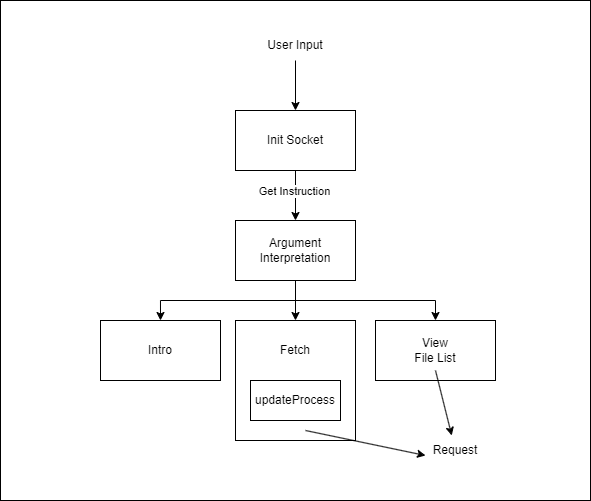
This is static/client.png from DopamineNone/ezTransferer, a draw.io export, as it was before one commit. Source tidied: cells renumbered, new cells last; positions are measured from the earlier drawing's top-left corner, leaving out a move shared by most shapes.
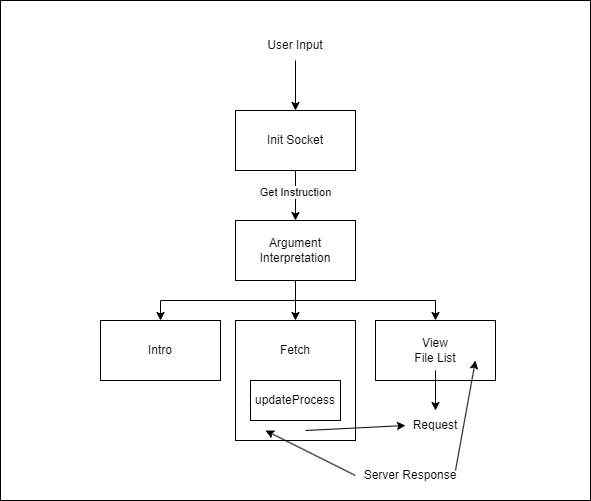
Above is the later version.

The edit, as a diff of the source:
```diff
@@ -49,17 +49,27 @@
     <mxCell id="16" value="Fetch" style="text;html=1;align=center;verticalAlign=middle;whiteSpace=wrap;rounded=0;" parent="1" vertex="1">
       <mxGeometry x="265" y="335" width="60" height="30" as="geometry" />
     </mxCell>
-    <mxCell id="17" style="endArrow=classic;html=1;rounded=0;exitX=0.5;exitY=1;exitDx=0;exitDy=0;" parent="1" edge="1">
+    <mxCell id="17" style="endArrow=classic;html=1;rounded=0;exitX=0.5;exitY=1;exitDx=0;exitDy=0;entryX=0;entryY=0.5;entryDx=0;entryDy=0;" parent="1" edge="1" target="19">
       <mxGeometry relative="1" as="geometry">
         <mxPoint x="305" y="430" as="sourcePoint" />
-        <mxPoint x="425" y="455" as="targetPoint" />
       </mxGeometry>
     </mxCell>
     <mxCell id="18" style="endArrow=classic;html=1;rounded=0;exitX=0.5;exitY=0.833;exitDx=0;exitDy=0;exitPerimeter=0;" parent="1" edge="1" source="14" target="19">
       <mxGeometry relative="1" as="geometry" />
     </mxCell>
     <mxCell id="19" value="Request" style="text;html=1;align=center;verticalAlign=middle;whiteSpace=wrap;rounded=0;" parent="1" vertex="1">
-      <mxGeometry x="425" y="435" width="60" height="30" as="geometry" />
+      <mxGeometry x="405" y="410" width="60" height="30" as="geometry" />
     </mxCell>
+    <mxCell id="20" value="Server Response" style="text;html=1;align=center;verticalAlign=middle;whiteSpace=wrap;rounded=0;" parent="1" vertex="1">
+      <mxGeometry x="355" y="460" width="110" height="30" as="geometry" />
+    </mxCell>
+    <mxCell id="21" style="endArrow=classic;html=1;rounded=0;entryX=0.833;entryY=0.667;entryDx=0;entryDy=0;entryPerimeter=0;" parent="1" edge="1" target="14">
+      <mxGeometry relative="1" as="geometry">
+        <mxPoint x="455" y="470" as="sourcePoint" />
+      </mxGeometry>
+    </mxCell>
+    <mxCell id="22" style="endArrow=classic;html=1;rounded=0;exitX=0;exitY=0.5;exitDx=0;exitDy=0;entryX=0.25;entryY=0.917;entryDx=0;entryDy=0;entryPerimeter=0;" parent="1" edge="1" source="20" target="13">
+      <mxGeometry relative="1" as="geometry" />
+    </mxCell>
   </root>
 </mxGraphModel>
```
